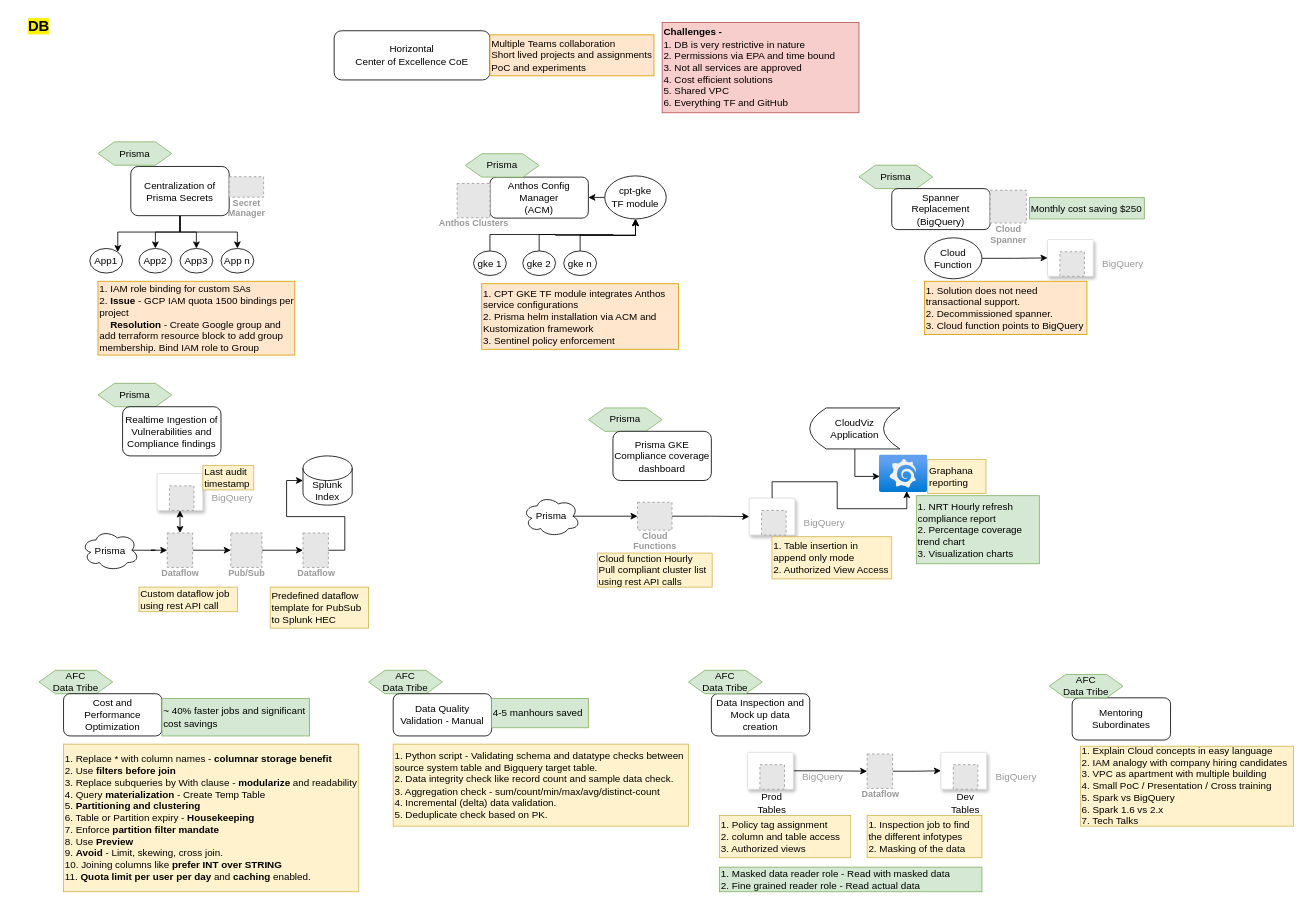
Earlier version of the draw.io diagram DB/DB-Project.drawio (harshaldharme/ProjectSpaces). Source tidied: cells renumbered, new cells numbered last; positions are measured from the earlier drawing's top-left corner, leaving out a move shared by most shapes. Both pictures are drawn from the tidied source at 82%, with x=0, y=0 at pixel (14, 14). Pictures stored in the file or linked from it are replaced by grey dashed boxes.
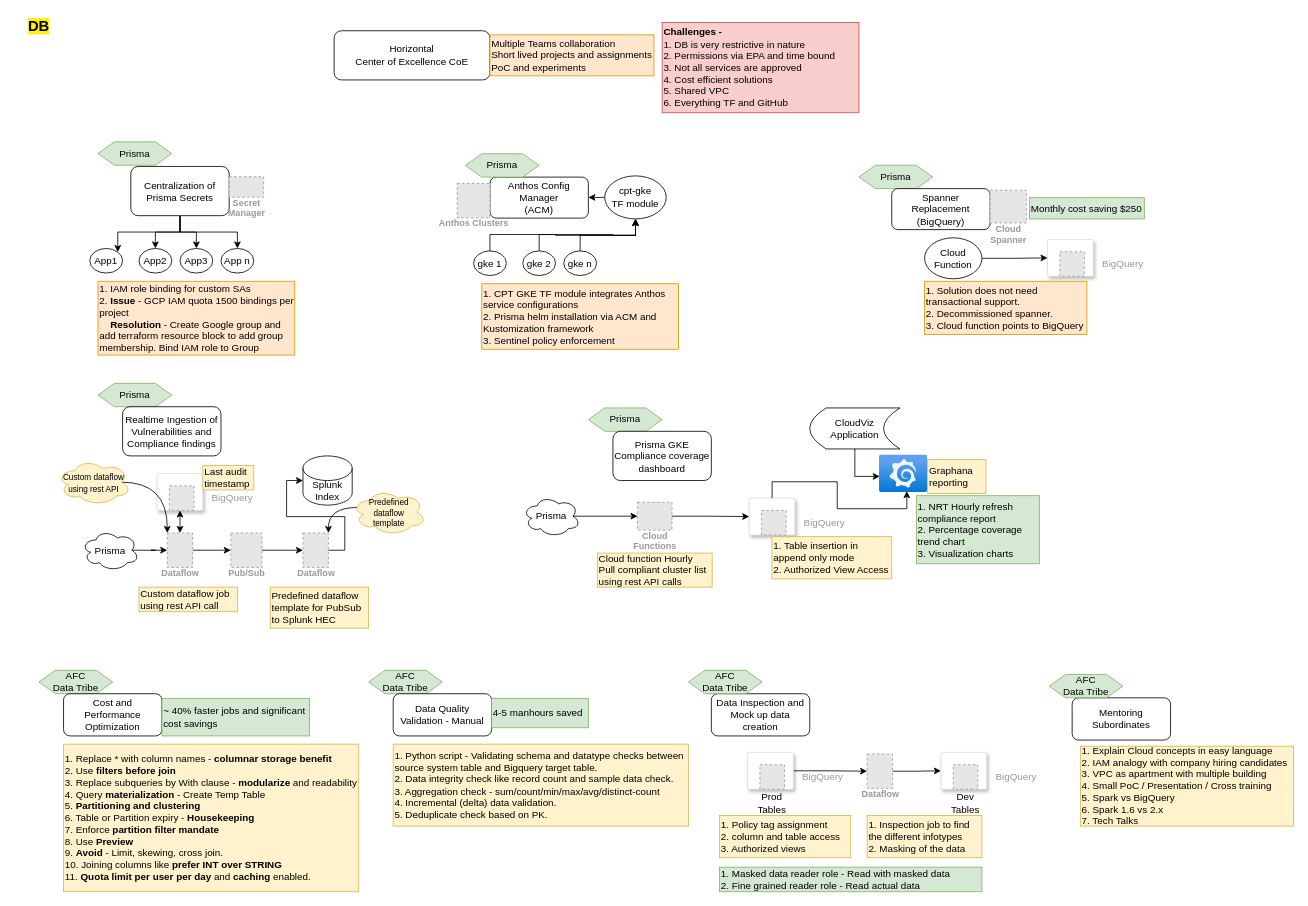
The same page after the edit.

The change refers to these unchanged cells:
```xml
<mxCell id="46" value="Dataflow" style="fillColor=#E6E6E6;strokeColor=#999999;dashed=1;html=1;verticalAlign=top;labelPosition=center;verticalLabelPosition=bottom;align=center;spacingTop=-6;fontSize=11;fontStyle=1;fontColor=#999999;" parent="1" vertex="1">
  <mxGeometry x="186.5" y="632.5" width="31" height="42" as="geometry" />
</mxCell>
<mxCell id="50" value="Dataflow" style="fillColor=#E6E6E6;strokeColor=#999999;dashed=1;html=1;verticalAlign=top;labelPosition=center;verticalLabelPosition=bottom;align=center;spacingTop=-6;fontSize=11;fontStyle=1;fontColor=#999999;" parent="1" vertex="1">
  <mxGeometry x="352" y="632.5" width="31" height="42" as="geometry" />
</mxCell>
```

Diff of the diagram source:
```diff
@@
+    <mxCell id="102" style="edgeStyle=orthogonalEdgeStyle;rounded=0;jettySize=auto;html=1;exitX=0.07;exitY=0.4;exitDx=0;exitDy=0;exitPerimeter=0;entryX=1;entryY=0;entryDx=0;entryDy=0;curved=1;" parent="1" edge="1" source="103" target="50">
+      <mxGeometry relative="1" as="geometry" />
+    </mxCell>
+    <mxCell id="103" value="&lt;font style=&quot;font-size: 10px;&quot;&gt;Predefined&lt;/font&gt;&lt;div style=&quot;font-size: 10px;&quot;&gt;&lt;font style=&quot;font-size: 10px;&quot;&gt;dataflow&lt;/font&gt;&lt;/div&gt;&lt;div style=&quot;font-size: 10px;&quot;&gt;&lt;font style=&quot;font-size: 10px;&quot;&gt;template&lt;/font&gt;&lt;/div&gt;" style="ellipse;shape=cloud;whiteSpace=wrap;html=1;fillColor=#fff2cc;strokeColor=#d6b656;" parent="1" vertex="1">
+      <mxGeometry x="412" y="579" width="90" height="56" as="geometry" />
+    </mxCell>
+    <mxCell id="104" style="edgeStyle=orthogonalEdgeStyle;rounded=0;jettySize=auto;html=1;exitX=0.875;exitY=0.5;exitDx=0;exitDy=0;exitPerimeter=0;entryX=0;entryY=0;entryDx=0;entryDy=0;curved=1;" parent="1" edge="1" source="105" target="46">
+      <mxGeometry relative="1" as="geometry" />
+    </mxCell>
+    <mxCell id="105" value="&lt;span style=&quot;font-size: 10px;&quot;&gt;Custom dataflow using rest API&lt;/span&gt;" style="ellipse;shape=cloud;whiteSpace=wrap;html=1;fillColor=#fff2cc;strokeColor=#d6b656;" parent="1" vertex="1">
+      <mxGeometry x="52" y="542.5" width="90" height="56" as="geometry" />
+    </mxCell>
```
